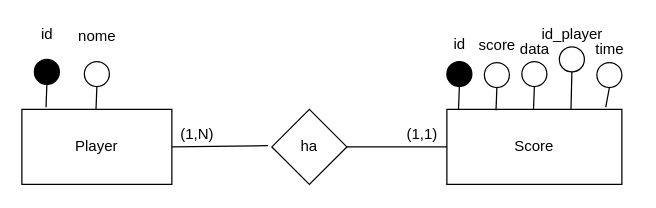
Before: Documenti/Progettazione/Database/Diagramma ER.drawio in LuMug/EyeAsteroids, a draw.io diagram. Source tidied: cells renumbered, new cells numbered last; positions are measured from the earlier drawing's top-left corner, leaving out a move shared by most shapes. Both pictures are drawn from the tidied source at 125%, with x=0, y=0 at pixel (21, 21).
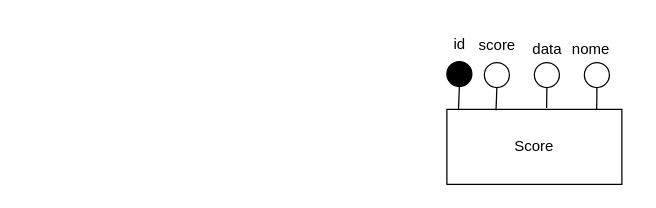
The same page after the edit.

Commit message (it also covers changes not shown here):
Modifica della progettazione del database

The change refers to these unchanged cells:
```xml
<mxCell id="9" value="Score" style="rounded=0;whiteSpace=wrap;html=1;fillColor=#FFFFFF;" parent="1" vertex="1">
  <mxGeometry x="340" y="70" width="140" height="60" as="geometry" />
</mxCell>
```

The edit, as a diff of the source:
```diff
@@
-    <mxCell id="2" value="Player" style="rounded=0;whiteSpace=wrap;html=1;" parent="1" vertex="1">
-      <mxGeometry y="70" width="120" height="60" as="geometry" />
-    </mxCell>
-    <mxCell id="3" style="ellipse;whiteSpace=wrap;html=1;fillColor=#000000;" parent="1" vertex="1">
-      <mxGeometry x="10" y="30" width="20" height="20" as="geometry" />
-    </mxCell>
-    <mxCell id="4" style="endArrow=none;html=1;rounded=0;entryX=0.5;entryY=1;entryDx=0;entryDy=0;exitX=0.161;exitY=-0.028;exitDx=0;exitDy=0;exitPerimeter=0;" parent="1" edge="1" source="2" target="3">
-      <mxGeometry relative="1" as="geometry" />
-    </mxCell>
-    <mxCell id="5" value="id" style="text;html=1;align=center;verticalAlign=middle;strokeColor=none;fillColor=none;" parent="1" vertex="1">
-      <mxGeometry x="10" width="20" height="20" as="geometry" />
-    </mxCell>
-    <mxCell id="6" style="ellipse;whiteSpace=wrap;html=1;fillColor=#FFFFFF;" parent="1" vertex="1">
-      <mxGeometry x="50" y="31.7" width="20" height="20" as="geometry" />
-    </mxCell>
-    <mxCell id="7" style="endArrow=none;html=1;rounded=0;entryX=0.5;entryY=1;entryDx=0;entryDy=0;exitX=0.161;exitY=-0.028;exitDx=0;exitDy=0;exitPerimeter=0;" parent="1" edge="1" target="6">
-      <mxGeometry relative="1" as="geometry">
-        <mxPoint x="59.3" y="70" as="sourcePoint" />
-      </mxGeometry>
-    </mxCell>
-    <mxCell id="8" value="nome" style="text;html=1;align=center;verticalAlign=middle;strokeColor=none;fillColor=none;" parent="1" vertex="1">
-      <mxGeometry x="35" y="1.7" width="50" height="20" as="geometry" />
-    </mxCell>
@@
     <mxCell id="16" style="ellipse;whiteSpace=wrap;html=1;fillColor=#FFFFFF;" parent="1" vertex="1">
-      <mxGeometry x="400" y="31.7" width="20" height="20" as="geometry" />
+      <mxGeometry x="410" y="32.5" width="20" height="20" as="geometry" />
     </mxCell>
-    <mxCell id="17" style="endArrow=none;html=1;rounded=0;entryX=0.5;entryY=1;entryDx=0;entryDy=0;exitX=0.161;exitY=-0.028;exitDx=0;exitDy=0;exitPerimeter=0;" parent="1" edge="1" target="16">
-      <mxGeometry relative="1" as="geometry">
-        <mxPoint x="409.3" y="70" as="sourcePoint" />
-      </mxGeometry>
+    <mxCell id="17" style="endArrow=none;html=1;rounded=0;entryX=0.5;entryY=1;entryDx=0;entryDy=0;exitX=0.57;exitY=-0.017;exitDx=0;exitDy=0;exitPerimeter=0;" parent="1" edge="1" source="9" target="16">
+      <mxGeometry relative="1" as="geometry" />
     </mxCell>
     <mxCell id="18" value="data" style="text;html=1;align=center;verticalAlign=middle;strokeColor=none;fillColor=none;" parent="1" vertex="1">
-      <mxGeometry x="390" y="11.7" width="40" height="20" as="geometry" />
+      <mxGeometry x="400" y="11.7" width="40" height="20" as="geometry" />
     </mxCell>
-    <mxCell id="19" value="ha" style="rhombus;whiteSpace=wrap;html=1;fillColor=#FFFFFF;" parent="1" vertex="1">
-      <mxGeometry x="200" y="70" width="60" height="60" as="geometry" />
-    </mxCell>
-    <mxCell id="20" style="endArrow=none;html=1;rounded=0;entryX=-0.05;entryY=0.483;entryDx=0;entryDy=0;entryPerimeter=0;exitX=1;exitY=0.5;exitDx=0;exitDy=0;" parent="1" edge="1" source="2" target="19">
-      <mxGeometry relative="1" as="geometry" />
-    </mxCell>
-    <mxCell id="21" style="endArrow=none;html=1;rounded=0;entryX=0;entryY=0.5;entryDx=0;entryDy=0;exitX=1;exitY=0.5;exitDx=0;exitDy=0;" parent="1" edge="1" source="19" target="9">
-      <mxGeometry relative="1" as="geometry" />
-    </mxCell>
-    <mxCell id="22" value="(1,N)" style="text;html=1;align=center;verticalAlign=middle;strokeColor=none;fillColor=none;" parent="1" vertex="1">
-      <mxGeometry x="120" y="80" width="40" height="20" as="geometry" />
-    </mxCell>
-    <mxCell id="23" value="(1,1)" style="text;html=1;align=center;verticalAlign=middle;strokeColor=none;fillColor=none;" parent="1" vertex="1">
-      <mxGeometry x="300" y="80" width="40" height="20" as="geometry" />
-    </mxCell>
     <mxCell id="24" style="ellipse;whiteSpace=wrap;html=1;fillColor=#FFFFFF;" parent="1" vertex="1">
-      <mxGeometry x="430" y="20" width="20" height="20" as="geometry" />
+      <mxGeometry x="450" y="32.5" width="20" height="20" as="geometry" />
     </mxCell>
-    <mxCell id="25" style="endArrow=none;html=1;rounded=0;entryX=0.5;entryY=1;entryDx=0;entryDy=0;exitX=0.161;exitY=-0.028;exitDx=0;exitDy=0;exitPerimeter=0;" parent="1" edge="1" target="24">
+    <mxCell id="25" style="endArrow=none;html=1;rounded=0;entryX=0.5;entryY=1;entryDx=0;entryDy=0;exitX=0.856;exitY=0;exitDx=0;exitDy=0;exitPerimeter=0;" parent="1" edge="1" source="9" target="24">
       <mxGeometry relative="1" as="geometry">
-        <mxPoint x="439.3" y="70" as="sourcePoint" />
+        <Array as="points">
+          <mxPoint x="460" y="60" />
+        </Array>
       </mxGeometry>
     </mxCell>
-    <mxCell id="26" value="id_player" style="text;html=1;align=center;verticalAlign=middle;strokeColor=none;fillColor=none;" parent="1" vertex="1">
-      <mxGeometry x="410" width="60" height="20" as="geometry" />
+    <mxCell id="26" value="nome" style="text;html=1;align=center;verticalAlign=middle;strokeColor=none;fillColor=none;" parent="1" vertex="1">
+      <mxGeometry x="430" y="11.7" width="50" height="20" as="geometry" />
     </mxCell>
-    <mxCell id="27" style="ellipse;whiteSpace=wrap;html=1;fillColor=#FFFFFF;" parent="1" vertex="1">
-      <mxGeometry x="460" y="32.5" width="20" height="20" as="geometry" />
-    </mxCell>
-    <mxCell id="28" style="endArrow=none;html=1;rounded=0;entryX=0.5;entryY=1;entryDx=0;entryDy=0;exitX=0.908;exitY=-0.029;exitDx=0;exitDy=0;exitPerimeter=0;" parent="1" edge="1" source="9" target="27">
-      <mxGeometry relative="1" as="geometry" />
-    </mxCell>
-    <mxCell id="29" value="time" style="text;html=1;align=center;verticalAlign=middle;strokeColor=none;fillColor=none;" parent="1" vertex="1">
-      <mxGeometry x="450" y="11.7" width="40" height="20" as="geometry" />
-    </mxCell>
```
